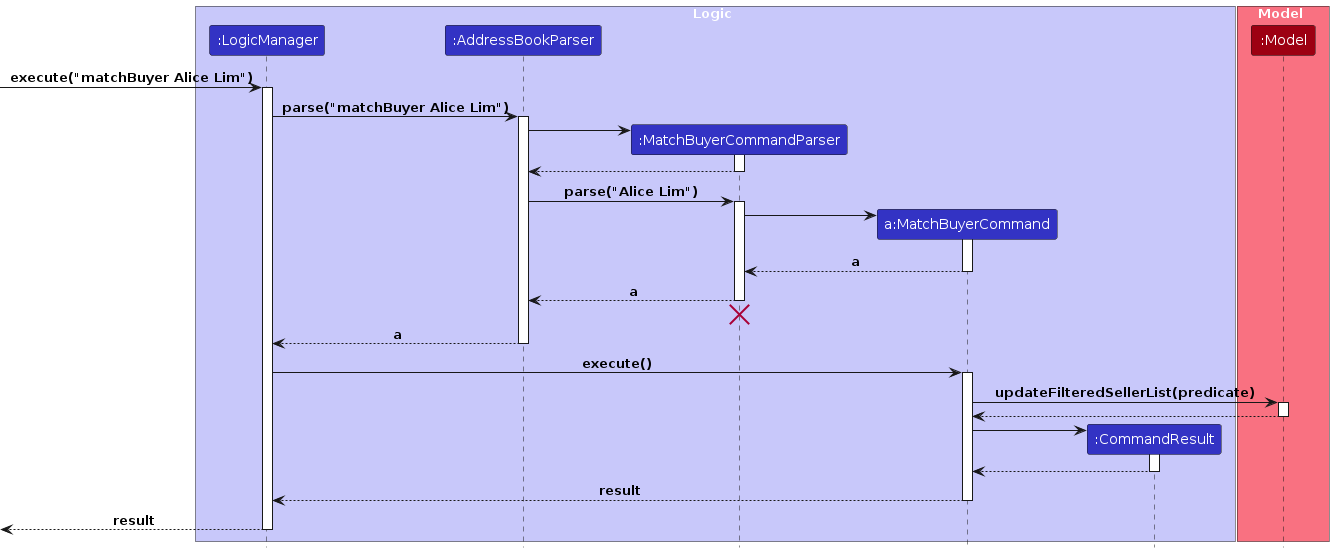
Earlier version of the PlantUML export diagrams/MatchBuyerSequenceDiagram-Logic.png (lokidoki102/tp). Its source is kept beside it as diagrams/MatchBuyerSequenceDiagram-Logic.puml. Its diagram source:
```plantuml
@startuml
!include style.puml

box Logic LOGIC_COLOR_T1
participant ":LogicManager" as LogicManager LOGIC_COLOR
participant ":AddressBookParser" as AddressBookParser LOGIC_COLOR
participant ":MatchBuyerCommandParser" as MatchBuyerCommandParser LOGIC_COLOR
participant "a:MatchBuyerCommand" as MatchBuyerCommand LOGIC_COLOR
participant ":CommandResult" as CommandResult LOGIC_COLOR
end box

box Model MODEL_COLOR_T1
participant ":Model" as Model MODEL_COLOR
end box

[-> LogicManager : execute("matchBuyer Alice Lim")
activate LogicManager

LogicManager -> AddressBookParser : parse("matchBuyer Alice Lim")
activate AddressBookParser

create MatchBuyerCommandParser
AddressBookParser -> MatchBuyerCommandParser
activate MatchBuyerCommandParser

MatchBuyerCommandParser --> AddressBookParser
deactivate MatchBuyerCommandParser

AddressBookParser -> MatchBuyerCommandParser : parse("Alice Lim")
activate MatchBuyerCommandParser

create MatchBuyerCommand
MatchBuyerCommandParser -> MatchBuyerCommand
activate MatchBuyerCommand

MatchBuyerCommand --> MatchBuyerCommandParser : a
deactivate MatchBuyerCommand

MatchBuyerCommandParser --> AddressBookParser: a
deactivate MatchBuyerCommandParser

MatchBuyerCommandParser -[hidden]-> AddressBookParser
destroy MatchBuyerCommandParser

AddressBookParser --> LogicManager : a
deactivate AddressBookParser

LogicManager -> MatchBuyerCommand : execute()
activate MatchBuyerCommand

MatchBuyerCommand -> Model : updateFilteredSellerList(predicate)
activate Model

Model --> MatchBuyerCommand
deactivate Model

create CommandResult
MatchBuyerCommand -> CommandResult
activate CommandResult

CommandResult --> MatchBuyerCommand
deactivate CommandResult

MatchBuyerCommand --> LogicManager : result
deactivate MatchBuyerCommand

[<--LogicManager : result
deactivate LogicManager
@enduml
```
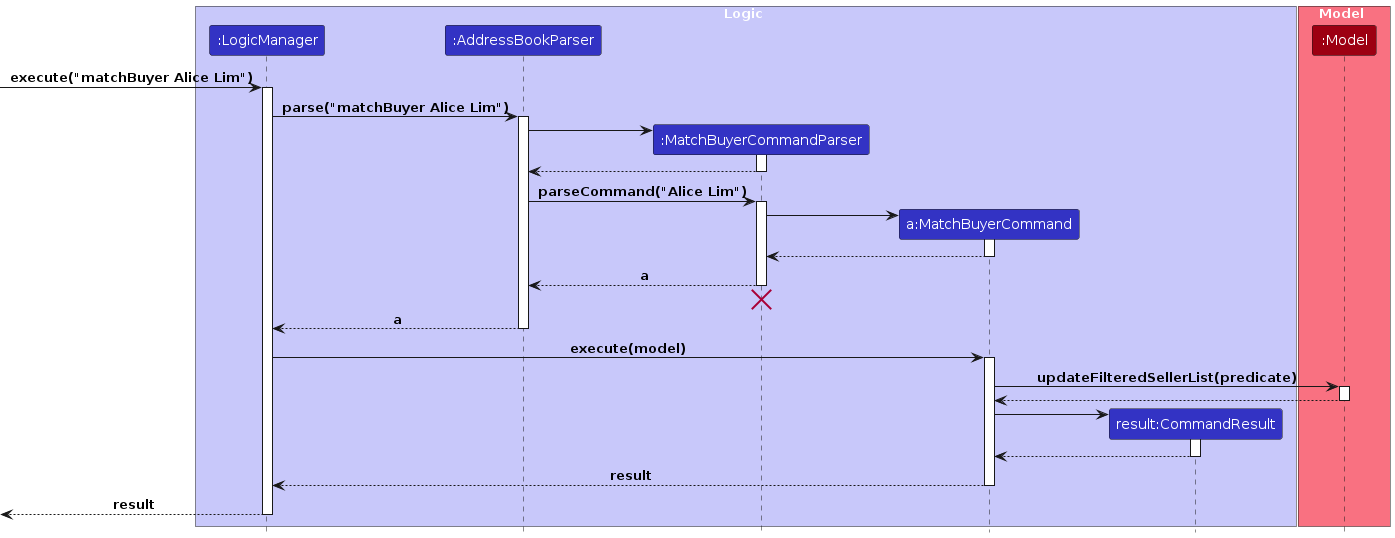
Above is the later version.

What changed in the source:
```diff
@@ -6,7 +6,7 @@
 participant ":AddressBookParser" as AddressBookParser LOGIC_COLOR
 participant ":MatchBuyerCommandParser" as MatchBuyerCommandParser LOGIC_COLOR
 participant "a:MatchBuyerCommand" as MatchBuyerCommand LOGIC_COLOR
-participant ":CommandResult" as CommandResult LOGIC_COLOR
+participant "result:CommandResult" as CommandResult LOGIC_COLOR
 end box
 
 box Model MODEL_COLOR_T1
@@ -26,14 +26,14 @@
 MatchBuyerCommandParser --> AddressBookParser
 deactivate MatchBuyerCommandParser
 
-AddressBookParser -> MatchBuyerCommandParser : parse("Alice Lim")
+AddressBookParser -> MatchBuyerCommandParser : parseCommand("Alice Lim")
 activate MatchBuyerCommandParser
 
 create MatchBuyerCommand
 MatchBuyerCommandParser -> MatchBuyerCommand
 activate MatchBuyerCommand
 
-MatchBuyerCommand --> MatchBuyerCommandParser : a
+MatchBuyerCommand --> MatchBuyerCommandParser
 deactivate MatchBuyerCommand
 
 MatchBuyerCommandParser --> AddressBookParser: a
@@ -45,7 +45,7 @@
 AddressBookParser --> LogicManager : a
 deactivate AddressBookParser
 
-LogicManager -> MatchBuyerCommand : execute()
+LogicManager -> MatchBuyerCommand : execute(model)
 activate MatchBuyerCommand
 
 MatchBuyerCommand -> Model : updateFilteredSellerList(predicate)
```
